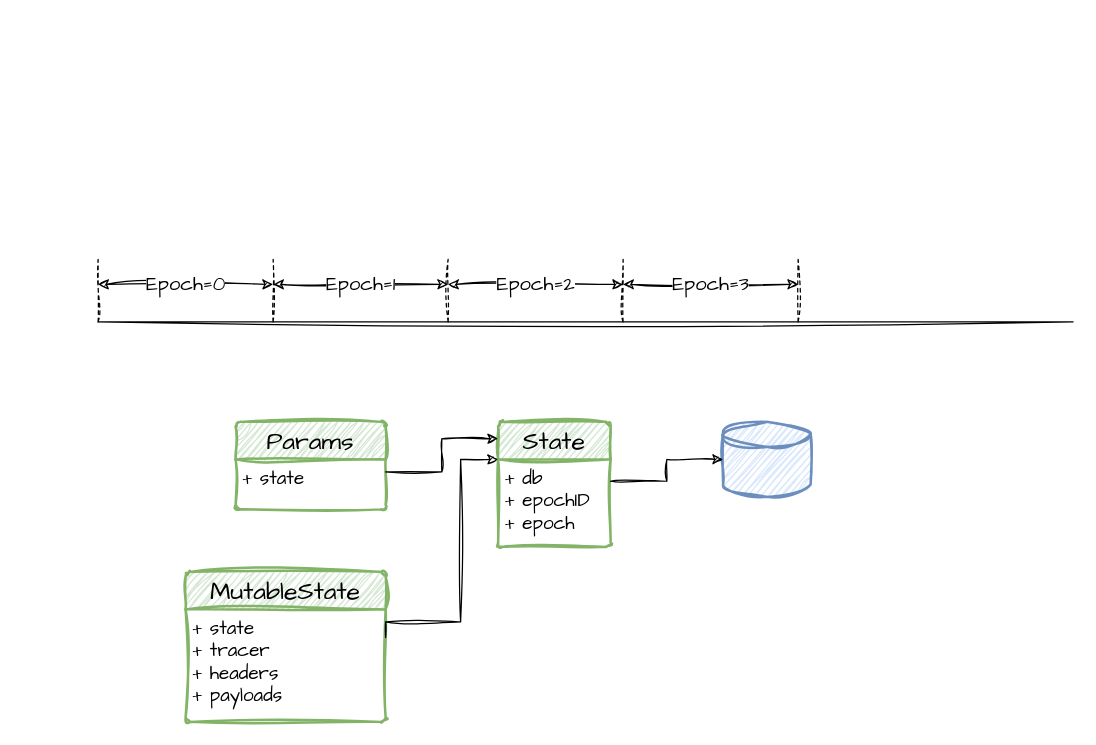
shiqinfeng1/go-playground keeps this draw.io diagram as flow-engine.drawio. Above is the earlier version. Source tidied: cells renumbered, new cells numbered last; positions are measured from the earlier drawing's top-left corner, leaving out a move shared by most shapes. Both pictures are drawn from the tidied source at 125%, with x=0, y=0 at pixel (98, 259).
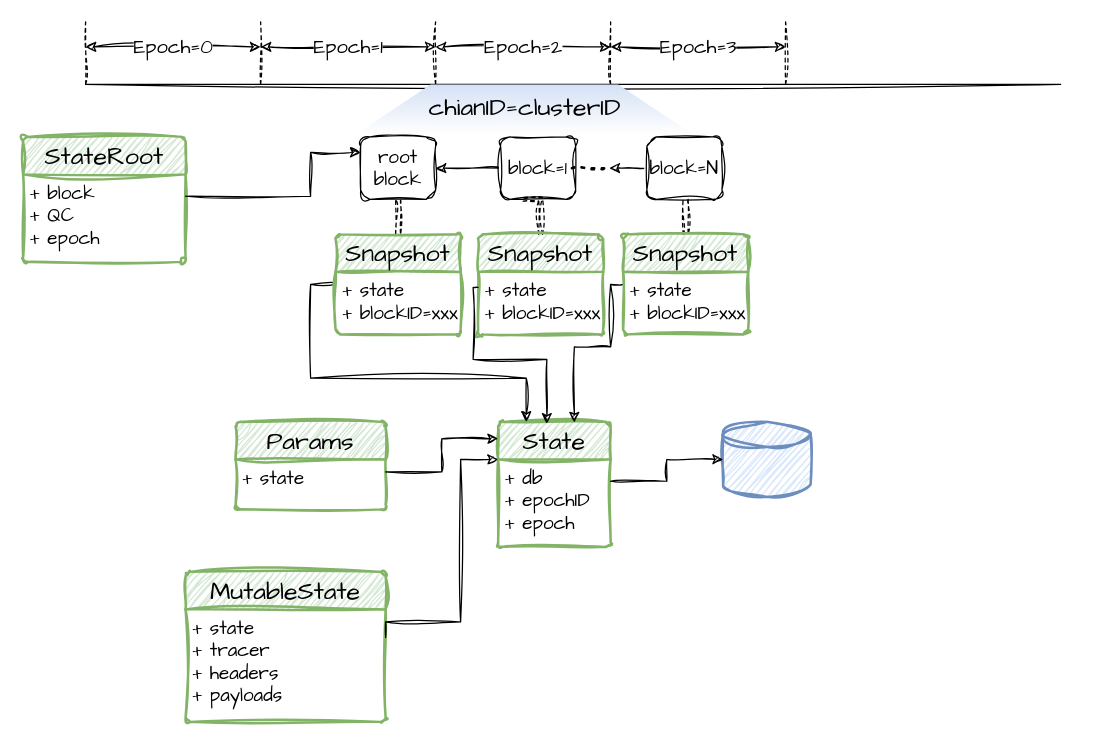
The same diagram, later.

The change refers to these unchanged cells:
```xml
<mxCell id="3" value="&lt;font style=&quot;font-size: 20px;&quot;&gt;State&lt;/font&gt;" style="swimlane;horizontal=1;startSize=30;rounded=1;fontSize=14;fontStyle=0;strokeWidth=2;shadow=0;dashed=0;align=center;arcSize=4;whiteSpace=wrap;html=1;sketch=1;hachureGap=4;jiggle=2;curveFitting=1;fontFamily=Architects Daughter;fillColor=#d5e8d4;strokeColor=#82b366;" parent="1" vertex="1">
  <mxGeometry x="320" y="130" width="90" height="100" as="geometry" />
</mxCell>
```

The edit, as a diff of the source:
```diff
@@
     <mxCell id="12" style="endArrow=none;html=1;rounded=0;sketch=1;hachureGap=4;jiggle=2;curveFitting=1;fontFamily=Architects Daughter;fontSize=16;" parent="1" edge="1">
       <mxGeometry relative="1" as="geometry">
-        <mxPoint y="50" as="sourcePoint" />
-        <mxPoint x="780" y="50" as="targetPoint" />
+        <mxPoint x="-10" y="-140" as="sourcePoint" />
+        <mxPoint x="770" y="-140" as="targetPoint" />
       </mxGeometry>
     </mxCell>
     <mxCell id="13" style="endArrow=none;dashed=1;html=1;rounded=0;sketch=1;hachureGap=4;jiggle=2;curveFitting=1;fontFamily=Architects Daughter;fontSize=16;" parent="1" edge="1">
       <mxGeometry relative="1" as="geometry">
-        <mxPoint y="50" as="sourcePoint" />
-        <mxPoint as="targetPoint" />
+        <mxPoint x="-10" y="-140" as="sourcePoint" />
+        <mxPoint x="-10" y="-190" as="targetPoint" />
       </mxGeometry>
     </mxCell>
     <mxCell id="14" style="endArrow=none;dashed=1;html=1;rounded=0;sketch=1;hachureGap=4;jiggle=2;curveFitting=1;fontFamily=Architects Daughter;fontSize=16;" parent="1" edge="1">
       <mxGeometry relative="1" as="geometry">
-        <mxPoint x="140" y="50" as="sourcePoint" />
-        <mxPoint x="140" as="targetPoint" />
+        <mxPoint x="130" y="-140" as="sourcePoint" />
+        <mxPoint x="130" y="-190" as="targetPoint" />
       </mxGeometry>
     </mxCell>
     <mxCell id="15" style="endArrow=none;dashed=1;html=1;rounded=0;sketch=1;hachureGap=4;jiggle=2;curveFitting=1;fontFamily=Architects Daughter;fontSize=16;" parent="1" edge="1">
       <mxGeometry relative="1" as="geometry">
-        <mxPoint x="280" y="50" as="sourcePoint" />
-        <mxPoint x="280" as="targetPoint" />
+        <mxPoint x="270" y="-140" as="sourcePoint" />
+        <mxPoint x="270" y="-190" as="targetPoint" />
       </mxGeometry>
     </mxCell>
     <mxCell id="16" style="endArrow=none;dashed=1;html=1;rounded=0;sketch=1;hachureGap=4;jiggle=2;curveFitting=1;fontFamily=Architects Daughter;fontSize=16;" parent="1" edge="1">
       <mxGeometry relative="1" as="geometry">
-        <mxPoint x="420" y="50" as="sourcePoint" />
-        <mxPoint x="420" as="targetPoint" />
+        <mxPoint x="410" y="-140" as="sourcePoint" />
+        <mxPoint x="410" y="-190" as="targetPoint" />
       </mxGeometry>
     </mxCell>
     <mxCell id="17" style="endArrow=none;dashed=1;html=1;rounded=0;sketch=1;hachureGap=4;jiggle=2;curveFitting=1;fontFamily=Architects Daughter;fontSize=16;" parent="1" edge="1">
       <mxGeometry relative="1" as="geometry">
-        <mxPoint x="560" y="50" as="sourcePoint" />
-        <mxPoint x="560" as="targetPoint" />
+        <mxPoint x="550" y="-140" as="sourcePoint" />
+        <mxPoint x="550" y="-190" as="targetPoint" />
       </mxGeometry>
     </mxCell>
     <mxCell id="18" value="Epoch=0" style="endArrow=classic;startArrow=classic;html=1;rounded=0;sketch=1;hachureGap=4;jiggle=2;curveFitting=1;fontFamily=Architects Daughter;fontSize=16;" parent="1" edge="1">
       <mxGeometry relative="1" as="geometry">
-        <mxPoint y="20" as="sourcePoint" />
-        <mxPoint x="140" y="20" as="targetPoint" />
+        <mxPoint x="-10" y="-170" as="sourcePoint" />
+        <mxPoint x="130" y="-170" as="targetPoint" />
       </mxGeometry>
     </mxCell>
     <mxCell id="19" value="Epoch=1" style="endArrow=classic;startArrow=classic;html=1;rounded=0;sketch=1;hachureGap=4;jiggle=2;curveFitting=1;fontFamily=Architects Daughter;fontSize=16;" parent="1" edge="1">
       <mxGeometry relative="1" as="geometry">
-        <mxPoint x="140" y="20" as="sourcePoint" />
-        <mxPoint x="280" y="20" as="targetPoint" />
+        <mxPoint x="130" y="-170" as="sourcePoint" />
+        <mxPoint x="270" y="-170" as="targetPoint" />
       </mxGeometry>
     </mxCell>
     <mxCell id="20" value="Epoch=2" style="endArrow=classic;startArrow=classic;html=1;rounded=0;sketch=1;hachureGap=4;jiggle=2;curveFitting=1;fontFamily=Architects Daughter;fontSize=16;" parent="1" edge="1">
       <mxGeometry relative="1" as="geometry">
-        <mxPoint x="280" y="20" as="sourcePoint" />
-        <mxPoint x="420" y="20" as="targetPoint" />
+        <mxPoint x="270" y="-170" as="sourcePoint" />
+        <mxPoint x="410" y="-170" as="targetPoint" />
       </mxGeometry>
     </mxCell>
     <mxCell id="21" value="Epoch=3" style="endArrow=classic;startArrow=classic;html=1;rounded=0;sketch=1;hachureGap=4;jiggle=2;curveFitting=1;fontFamily=Architects Daughter;fontSize=16;" parent="1" edge="1">
       <mxGeometry relative="1" as="geometry">
-        <mxPoint x="420" y="20" as="sourcePoint" />
-        <mxPoint x="560" y="20" as="targetPoint" />
+        <mxPoint x="410" y="-170" as="sourcePoint" />
+        <mxPoint x="550" y="-170" as="targetPoint" />
       </mxGeometry>
     </mxCell>
+    <mxCell id="22" style="edgeStyle=orthogonalEdgeStyle;rounded=0;sketch=1;hachureGap=4;jiggle=2;curveFitting=1;jettySize=auto;html=1;exitX=0.5;exitY=1;exitDx=0;exitDy=0;entryX=0.5;entryY=0;entryDx=0;entryDy=0;fontFamily=Architects Daughter;fontSize=16;shape=link;dashed=1;" parent="1" edge="1" source="23" target="35">
+      <mxGeometry relative="1" as="geometry" />
+    </mxCell>
+    <mxCell id="23" value="root&lt;br style=&quot;font-size: 15px;&quot;&gt;block" style="rounded=1;whiteSpace=wrap;html=1;sketch=1;hachureGap=4;jiggle=2;curveFitting=1;fontFamily=Architects Daughter;fontSize=15;" parent="1" vertex="1">
+      <mxGeometry x="210" y="-98" width="60" height="50" as="geometry" />
+    </mxCell>
+    <mxCell id="24" style="edgeStyle=orthogonalEdgeStyle;rounded=0;sketch=1;hachureGap=4;jiggle=2;curveFitting=1;jettySize=auto;html=1;entryX=1;entryY=0.5;entryDx=0;entryDy=0;fontFamily=Architects Daughter;fontSize=16;" parent="1" edge="1" source="25" target="23">
+      <mxGeometry relative="1" as="geometry" />
+    </mxCell>
+    <mxCell id="25" value="block=1" style="rounded=1;whiteSpace=wrap;html=1;sketch=1;hachureGap=4;jiggle=2;curveFitting=1;fontFamily=Architects Daughter;fontSize=15;" parent="1" vertex="1">
+      <mxGeometry x="322" y="-98" width="60" height="50" as="geometry" />
+    </mxCell>
+    <mxCell id="26" style="edgeStyle=orthogonalEdgeStyle;rounded=0;sketch=1;hachureGap=4;jiggle=2;curveFitting=1;jettySize=auto;html=1;entryX=1;entryY=0.5;entryDx=0;entryDy=0;fontFamily=Architects Daughter;fontSize=16;" parent="1" edge="1" source="27">
+      <mxGeometry relative="1" as="geometry">
+        <mxPoint x="409" y="-73" as="targetPoint" />
+      </mxGeometry>
+    </mxCell>
+    <mxCell id="27" value="block=N" style="rounded=1;whiteSpace=wrap;html=1;sketch=1;hachureGap=4;jiggle=2;curveFitting=1;fontFamily=Architects Daughter;fontSize=15;" parent="1" vertex="1">
+      <mxGeometry x="439" y="-98" width="60" height="50" as="geometry" />
+    </mxCell>
+    <mxCell id="28" style="endArrow=none;dashed=1;html=1;dashPattern=1 3;strokeWidth=2;rounded=0;sketch=1;hachureGap=4;jiggle=2;curveFitting=1;fontFamily=Architects Daughter;fontSize=16;exitX=1;exitY=0.5;exitDx=0;exitDy=0;" parent="1" edge="1">
+      <mxGeometry relative="1" as="geometry">
+        <mxPoint x="379" y="-73" as="sourcePoint" />
+        <mxPoint x="409" y="-73" as="targetPoint" />
+      </mxGeometry>
+    </mxCell>
+    <mxCell id="29" style="shape=trapezoid;perimeter=trapezoidPerimeter;whiteSpace=wrap;html=1;fixedSize=1;hachureGap=4;fontFamily=Architects Daughter;fontSize=20;gradientColor=#FFFFFF;fillColor=#D4E1F5;strokeColor=none;size=60;" parent="1" vertex="1">
+      <mxGeometry x="206" y="-140" width="270" height="40" as="geometry" />
+    </mxCell>
+    <mxCell id="30" value="chianID=clusterID" style="text;html=1;align=center;verticalAlign=middle;strokeColor=none;fillColor=none;fontSize=20;fontFamily=Architects Daughter;" parent="1" vertex="1">
+      <mxGeometry x="251" y="-142" width="180" height="40" as="geometry" />
+    </mxCell>
+    <mxCell id="31" value="&lt;font style=&quot;font-size: 20px;&quot;&gt;StateRoot&lt;/font&gt;" style="swimlane;horizontal=1;startSize=30;rounded=1;fontSize=14;fontStyle=0;strokeWidth=2;shadow=0;dashed=0;align=center;arcSize=4;whiteSpace=wrap;html=1;sketch=1;hachureGap=4;jiggle=2;curveFitting=1;fontFamily=Architects Daughter;fillColor=#d5e8d4;strokeColor=#82b366;" parent="1" vertex="1">
+      <mxGeometry x="-60" y="-98" width="130" height="100" as="geometry" />
+    </mxCell>
+    <mxCell id="32" value="&lt;font style=&quot;font-size: 15px;&quot;&gt;+ block&lt;br&gt;+ QC&lt;br&gt;+ epoch&lt;br&gt;&lt;/font&gt;" style="align=left;strokeColor=none;fillColor=none;spacingLeft=4;fontSize=12;verticalAlign=top;html=1;sketch=1;hachureGap=4;jiggle=2;curveFitting=1;fontFamily=Architects Daughter;" parent="31" vertex="1">
+      <mxGeometry y="30" width="130" height="70" as="geometry" />
+    </mxCell>
+    <mxCell id="33" style="edgeStyle=orthogonalEdgeStyle;rounded=0;sketch=1;hachureGap=4;jiggle=2;curveFitting=1;jettySize=auto;html=1;entryX=0;entryY=0.25;entryDx=0;entryDy=0;fontFamily=Architects Daughter;fontSize=16;exitX=1;exitY=0.25;exitDx=0;exitDy=0;" parent="1" edge="1" source="32" target="23">
+      <mxGeometry relative="1" as="geometry">
+        <Array as="points">
+          <mxPoint x="170" y="-50" />
+          <mxPoint x="170" y="-85" />
+        </Array>
+      </mxGeometry>
+    </mxCell>
+    <mxCell id="34" style="edgeStyle=orthogonalEdgeStyle;rounded=0;sketch=1;hachureGap=4;jiggle=2;curveFitting=1;jettySize=auto;html=1;exitX=0;exitY=0.5;exitDx=0;exitDy=0;entryX=0.25;entryY=0;entryDx=0;entryDy=0;fontFamily=Architects Daughter;fontSize=16;" parent="1" edge="1" source="35" target="3">
+      <mxGeometry relative="1" as="geometry" />
+    </mxCell>
+    <mxCell id="35" value="&lt;font style=&quot;font-size: 20px;&quot;&gt;Snapshot&lt;/font&gt;" style="swimlane;horizontal=1;startSize=30;rounded=1;fontSize=14;fontStyle=0;strokeWidth=2;shadow=0;dashed=0;align=center;arcSize=4;whiteSpace=wrap;html=1;sketch=1;hachureGap=4;jiggle=2;curveFitting=1;fontFamily=Architects Daughter;fillColor=#d5e8d4;strokeColor=#82b366;" parent="1" vertex="1">
+      <mxGeometry x="190" y="-20" width="100" height="80" as="geometry" />
+    </mxCell>
+    <mxCell id="36" value="&lt;font style=&quot;font-size: 15px;&quot;&gt;+ state&lt;br&gt;+ blockID=xxx&lt;br&gt;&lt;/font&gt;" style="align=left;strokeColor=none;fillColor=none;spacingLeft=4;fontSize=12;verticalAlign=top;html=1;sketch=1;hachureGap=4;jiggle=2;curveFitting=1;fontFamily=Architects Daughter;" parent="35" vertex="1">
+      <mxGeometry y="30" width="100" height="50" as="geometry" />
+    </mxCell>
+    <mxCell id="37" style="edgeStyle=orthogonalEdgeStyle;rounded=0;sketch=1;hachureGap=4;jiggle=2;curveFitting=1;jettySize=auto;html=1;exitX=0.5;exitY=1;exitDx=0;exitDy=0;entryX=0.5;entryY=0;entryDx=0;entryDy=0;fontFamily=Architects Daughter;fontSize=16;shape=link;dashed=1;width=-3;" parent="1" edge="1" target="38">
+      <mxGeometry relative="1" as="geometry">
+        <mxPoint x="340" y="-48" as="sourcePoint" />
+      </mxGeometry>
+    </mxCell>
+    <mxCell id="38" value="&lt;font style=&quot;font-size: 20px;&quot;&gt;Snapshot&lt;/font&gt;" style="swimlane;horizontal=1;startSize=30;rounded=1;fontSize=14;fontStyle=0;strokeWidth=2;shadow=0;dashed=0;align=center;arcSize=4;whiteSpace=wrap;html=1;sketch=1;hachureGap=4;jiggle=2;curveFitting=1;fontFamily=Architects Daughter;fillColor=#d5e8d4;strokeColor=#82b366;" parent="1" vertex="1">
+      <mxGeometry x="304" y="-20" width="100" height="80" as="geometry" />
+    </mxCell>
+    <mxCell id="39" value="&lt;font style=&quot;font-size: 15px;&quot;&gt;+ state&lt;br&gt;+ blockID=xxx&lt;br&gt;&lt;/font&gt;" style="align=left;strokeColor=none;fillColor=none;spacingLeft=4;fontSize=12;verticalAlign=top;html=1;sketch=1;hachureGap=4;jiggle=2;curveFitting=1;fontFamily=Architects Daughter;" parent="38" vertex="1">
+      <mxGeometry y="30" width="100" height="50" as="geometry" />
+    </mxCell>
+    <mxCell id="40" style="edgeStyle=orthogonalEdgeStyle;rounded=0;sketch=1;hachureGap=4;jiggle=2;curveFitting=1;jettySize=auto;html=1;exitX=0.5;exitY=1;exitDx=0;exitDy=0;entryX=0.5;entryY=0;entryDx=0;entryDy=0;fontFamily=Architects Daughter;fontSize=16;shape=link;dashed=1;" parent="1" edge="1" target="42">
+      <mxGeometry relative="1" as="geometry">
+        <mxPoint x="470" y="-48" as="sourcePoint" />
+      </mxGeometry>
+    </mxCell>
+    <mxCell id="41" style="edgeStyle=orthogonalEdgeStyle;rounded=0;sketch=1;hachureGap=4;jiggle=2;curveFitting=1;jettySize=auto;html=1;exitX=0;exitY=0.5;exitDx=0;exitDy=0;entryX=0.678;entryY=0.005;entryDx=0;entryDy=0;entryPerimeter=0;fontFamily=Architects Daughter;fontSize=16;" parent="1" edge="1" source="42" target="3">
+      <mxGeometry relative="1" as="geometry">
+        <Array as="points">
+          <mxPoint x="410" y="20" />
+          <mxPoint x="410" y="70" />
+          <mxPoint x="381" y="70" />
+        </Array>
+      </mxGeometry>
+    </mxCell>
+    <mxCell id="42" value="&lt;font style=&quot;font-size: 20px;&quot;&gt;Snapshot&lt;/font&gt;" style="swimlane;horizontal=1;startSize=30;rounded=1;fontSize=14;fontStyle=0;strokeWidth=2;shadow=0;dashed=0;align=center;arcSize=4;whiteSpace=wrap;html=1;sketch=1;hachureGap=4;jiggle=2;curveFitting=1;fontFamily=Architects Daughter;fillColor=#d5e8d4;strokeColor=#82b366;" parent="1" vertex="1">
+      <mxGeometry x="420" y="-20" width="100" height="80" as="geometry" />
+    </mxCell>
+    <mxCell id="43" value="&lt;font style=&quot;font-size: 15px;&quot;&gt;+ state&lt;br&gt;+ blockID=xxx&lt;br&gt;&lt;/font&gt;" style="align=left;strokeColor=none;fillColor=none;spacingLeft=4;fontSize=12;verticalAlign=top;html=1;sketch=1;hachureGap=4;jiggle=2;curveFitting=1;fontFamily=Architects Daughter;" parent="42" vertex="1">
+      <mxGeometry y="30" width="100" height="50" as="geometry" />
+    </mxCell>
+    <mxCell id="44" style="edgeStyle=orthogonalEdgeStyle;rounded=0;sketch=1;hachureGap=4;jiggle=2;curveFitting=1;jettySize=auto;html=1;exitX=0;exitY=0.25;exitDx=0;exitDy=0;entryX=0.433;entryY=0.015;entryDx=0;entryDy=0;entryPerimeter=0;fontFamily=Architects Daughter;fontSize=16;" parent="1" edge="1" source="39" target="3">
+      <mxGeometry relative="1" as="geometry">
+        <Array as="points">
+          <mxPoint x="300" y="23" />
+          <mxPoint x="300" y="80" />
+          <mxPoint x="359" y="80" />
+        </Array>
+      </mxGeometry>
+    </mxCell>
```
